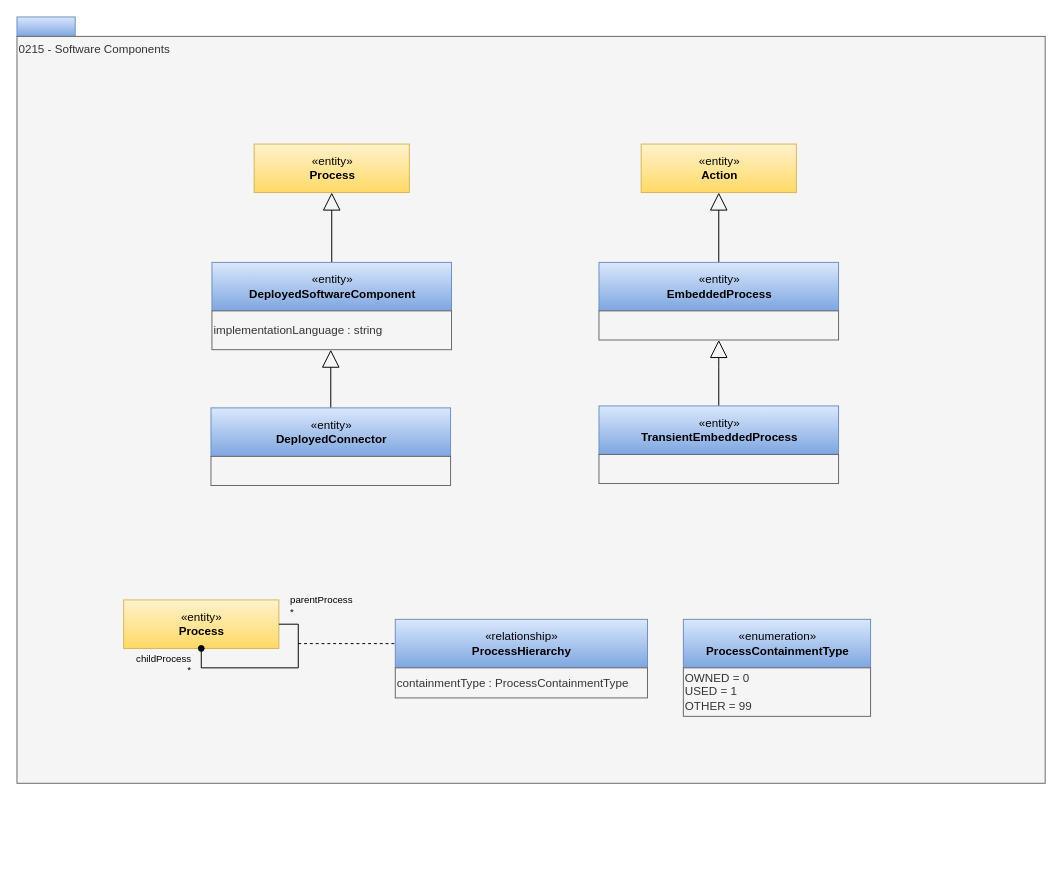
Above: page "0215-Software-Components" (8 of 25) of site/docs/types/2/area-2-assets.drawio in odpi/egeria-docs (draw.io), before the change. Source tidied: cells renumbered, new cells numbered last; positions are measured from the earlier drawing's top-left corner, leaving out a move shared by most shapes. Both pictures are drawn from the tidied source at 97%, with x=0, y=0 at pixel (16, 16).
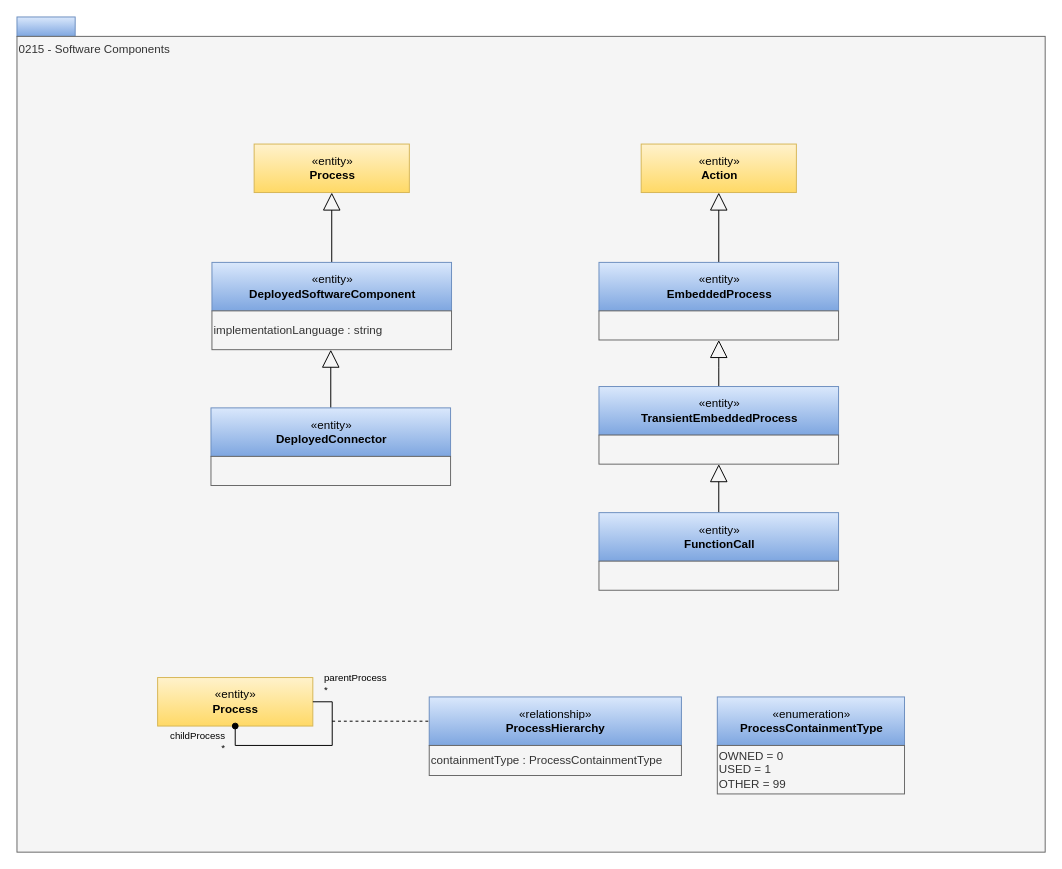
After the change.

Diff of the diagram source:
```diff
@@
     <mxCell id="3" value="0215 - Software Components" style="rounded=0;whiteSpace=wrap;html=1;align=left;verticalAlign=top;fillColor=#f5f5f5;fontColor=#333333;strokeColor=#666666;" parent="1" vertex="1">
-      <mxGeometry y="20" width="1060" height="770" as="geometry" />
+      <mxGeometry y="20" width="1060" height="841" as="geometry" />
     </mxCell>
@@
     <mxCell id="7" value="«entity»&lt;br&gt;&lt;b&gt;Process&lt;/b&gt;" style="html=1;strokeColor=#d6b656;align=center;fillColor=#fff2cc;gradientColor=#ffd966;" parent="1" vertex="1">
-      <mxGeometry x="110" y="601" width="160" height="50" as="geometry" />
+      <mxGeometry x="145" y="681" width="160" height="50" as="geometry" />
     </mxCell>
     <mxCell id="8" value="«relationship»&lt;br&gt;&lt;b&gt;ProcessHierarchy&lt;/b&gt;" style="html=1;strokeColor=#6c8ebf;align=center;fillColor=#dae8fc;gradientColor=#7ea6e0;" parent="1" vertex="1">
-      <mxGeometry x="390" y="621" width="260" height="50" as="geometry" />
+      <mxGeometry x="425" y="701" width="260" height="50" as="geometry" />
     </mxCell>
     <mxCell id="9" value="&lt;div style=&quot;text-align: left&quot;&gt;containmentType : ProcessContainmentType&lt;/div&gt;" style="rounded=0;whiteSpace=wrap;html=1;strokeColor=#666666;align=left;fillColor=#f5f5f5;fontColor=#333333;" parent="1" vertex="1">
-      <mxGeometry x="390" y="671" width="260" height="31" as="geometry" />
+      <mxGeometry x="425" y="751" width="260" height="31" as="geometry" />
     </mxCell>
     <mxCell id="10" style="endArrow=oval;html=1;edgeStyle=orthogonalEdgeStyle;exitX=1;exitY=0.5;exitDx=0;exitDy=0;entryX=0.5;entryY=1;entryDx=0;entryDy=0;rounded=0;endFill=1;" parent="1" edge="1" source="7" target="7">
       <mxGeometry relative="1" as="geometry">
         <Array as="points">
-          <mxPoint x="290" y="626" />
-          <mxPoint x="290" y="671" />
-          <mxPoint x="190" y="671" />
+          <mxPoint x="325" y="706" />
+          <mxPoint x="325" y="751" />
+          <mxPoint x="225" y="751" />
         </Array>
       </mxGeometry>
     </mxCell>
@@
     <mxCell id="13" style="endArrow=none;dashed=1;html=1;entryX=0;entryY=0.5;entryDx=0;entryDy=0;" parent="1" edge="1" target="8">
       <mxGeometry relative="1" as="geometry">
-        <mxPoint x="290" y="646" as="sourcePoint" />
+        <mxPoint x="325" y="726" as="sourcePoint" />
       </mxGeometry>
     </mxCell>
     <mxCell id="14" value="«enumeration»&lt;br&gt;&lt;b&gt;ProcessContainmentType&lt;/b&gt;" style="html=1;strokeColor=#6c8ebf;align=center;fillColor=#dae8fc;gradientColor=#7ea6e0;" parent="1" vertex="1">
-      <mxGeometry x="687" y="621" width="193" height="50" as="geometry" />
+      <mxGeometry x="722" y="701" width="193" height="50" as="geometry" />
     </mxCell>
     <mxCell id="15" value="&lt;div style=&quot;text-align: left&quot;&gt;OWNED = 0&lt;/div&gt;&lt;div style=&quot;text-align: left&quot;&gt;USED = 1&lt;/div&gt;&lt;div style=&quot;text-align: left&quot;&gt;OTHER = 99&lt;/div&gt;" style="rounded=0;whiteSpace=wrap;html=1;strokeColor=#666666;align=left;fillColor=#f5f5f5;fontColor=#333333;" parent="1" vertex="1">
-      <mxGeometry x="687" y="671" width="193" height="50" as="geometry" />
+      <mxGeometry x="722" y="751" width="193" height="50" as="geometry" />
     </mxCell>
@@
     <mxCell id="22" value="«entity»&lt;br&gt;&lt;b&gt;TransientEmbeddedProcess&lt;/b&gt;" style="html=1;strokeColor=#6c8ebf;align=center;fillColor=#dae8fc;gradientColor=#7ea6e0;" parent="1" vertex="1">
-      <mxGeometry x="600" y="401" width="247" height="50" as="geometry" />
+      <mxGeometry x="600" y="381" width="247" height="50" as="geometry" />
     </mxCell>
     <mxCell id="23" style="rounded=0;whiteSpace=wrap;html=1;strokeColor=#666666;align=left;fillColor=#f5f5f5;fontColor=#333333;" parent="1" vertex="1">
-      <mxGeometry x="600" y="451" width="247" height="30" as="geometry" />
+      <mxGeometry x="600" y="431" width="247" height="30" as="geometry" />
     </mxCell>
@@
+    <mxCell id="27" style="edgeStyle=orthogonalEdgeStyle;rounded=0;jettySize=auto;html=1;endArrow=block;endFill=0;endSize=16;entryX=0.5;entryY=1;entryDx=0;entryDy=0;exitX=0.5;exitY=0;exitDx=0;exitDy=0;" parent="1" edge="1" source="28" target="23">
+      <mxGeometry x="83" y="9" as="geometry" />
+    </mxCell>
+    <mxCell id="28" value="«entity»&lt;br&gt;&lt;b&gt;FunctionCall&lt;/b&gt;" style="html=1;strokeColor=#6c8ebf;align=center;fillColor=#dae8fc;gradientColor=#7ea6e0;" parent="1" vertex="1">
+      <mxGeometry x="600" y="511" width="247" height="50" as="geometry" />
+    </mxCell>
+    <mxCell id="29" style="rounded=0;whiteSpace=wrap;html=1;strokeColor=#666666;align=left;fillColor=#f5f5f5;fontColor=#333333;" parent="1" vertex="1">
+      <mxGeometry x="600" y="561" width="247" height="30" as="geometry" />
+    </mxCell>
```
